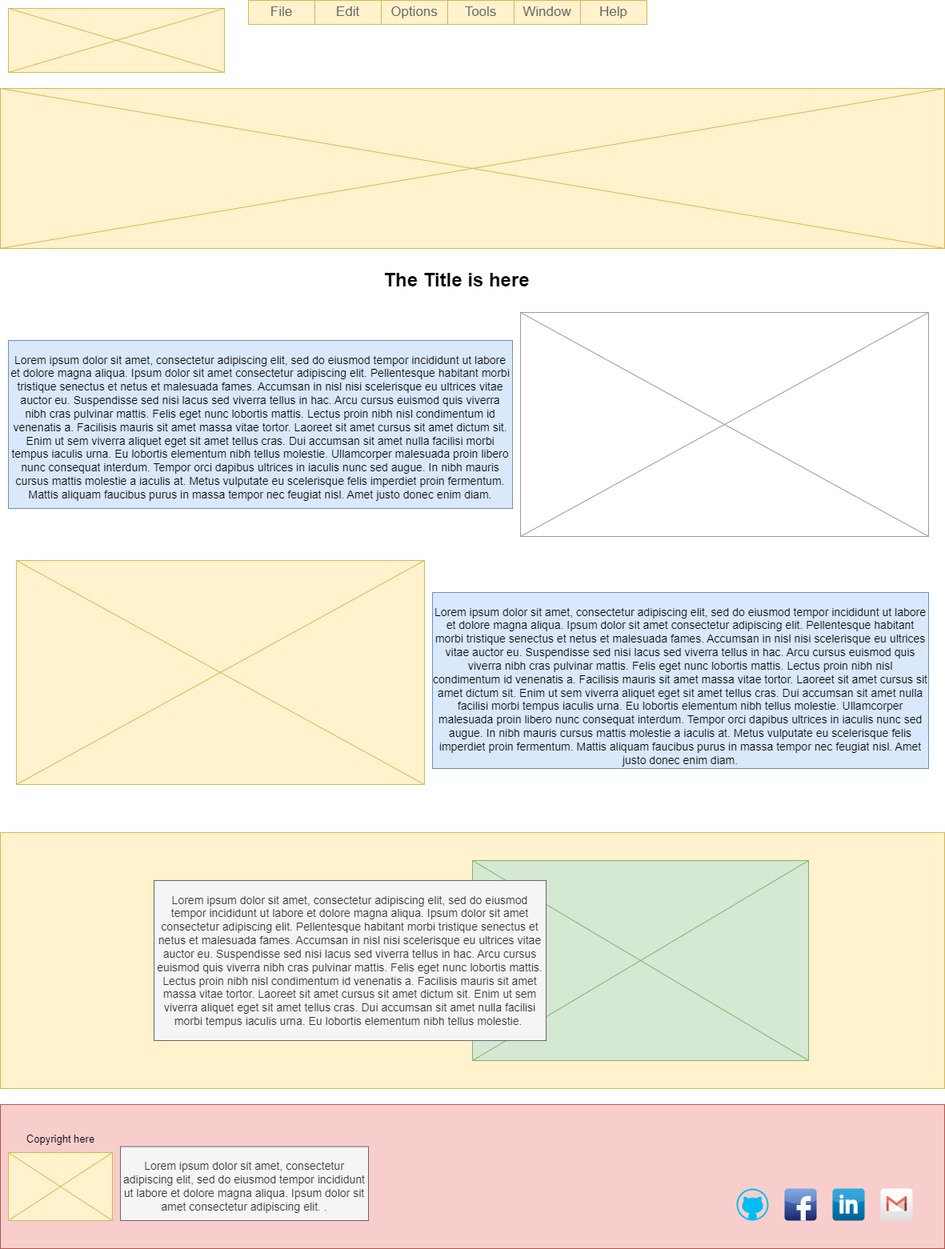
Before: wwr/images/wireframe_page2.png, a diagram exported from draw.io (loureiroluan/wdd130). Source tidied: cells renumbered, new cells last; positions are measured from the earlier drawing's top-left corner, leaving out a move shared by most shapes.
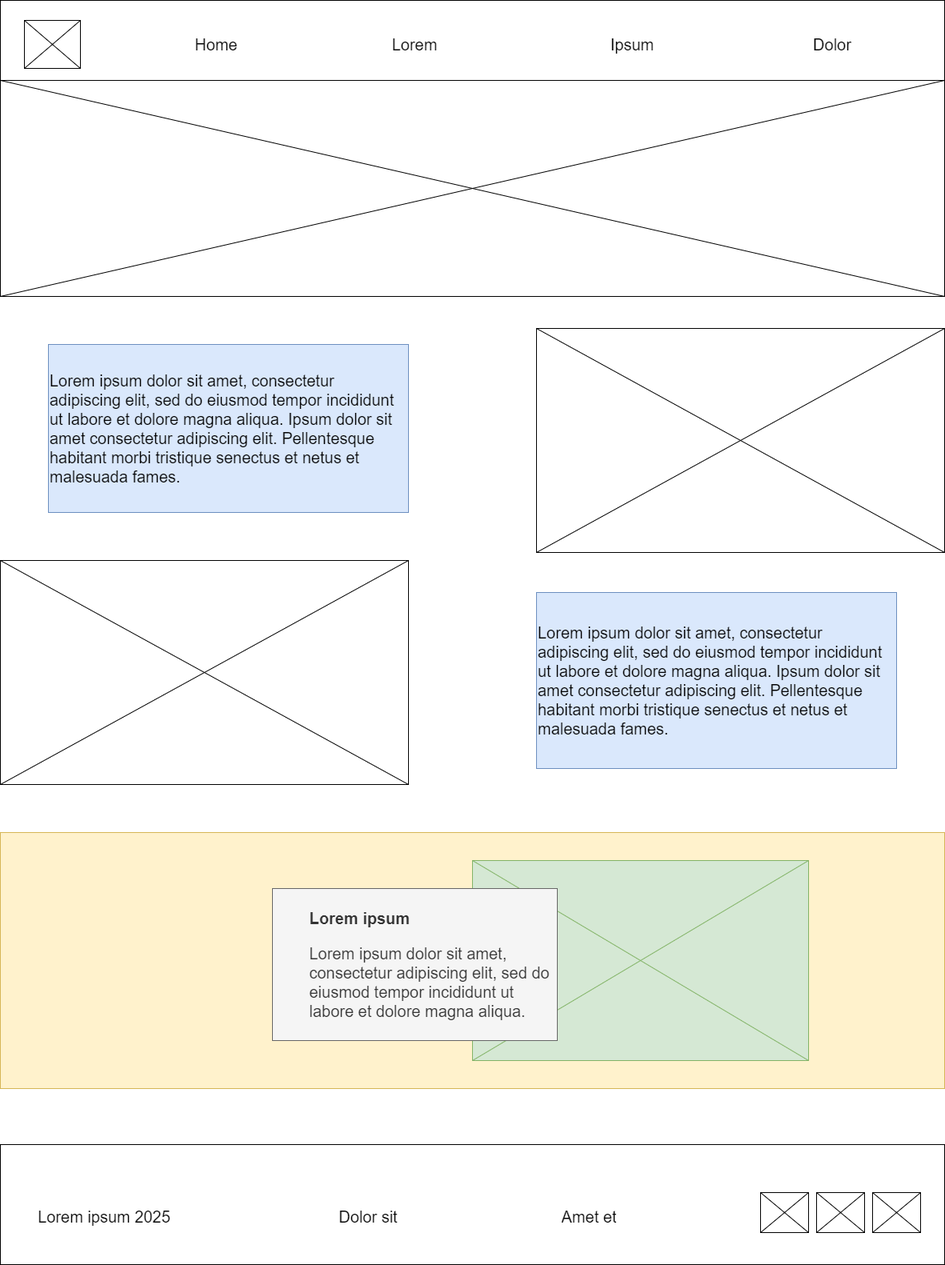
After the change.

Change to the diagram source:
```diff
@@ -2,47 +2,26 @@
   <root>
     <mxCell id="0" />
     <mxCell id="1" parent="0" />
+    <mxCell id="27" style="rounded=0;whiteSpace=wrap;html=1;" parent="1" vertex="1">
+      <mxGeometry width="1180" height="100" as="geometry" />
+    </mxCell>
-    <mxCell id="2" style="verticalLabelPosition=bottom;shadow=0;dashed=0;align=center;html=1;verticalAlign=top;strokeWidth=1;shape=mxgraph.mockup.graphics.simpleIcon;strokeColor=#d6b656;fillColor=#fff2cc;" parent="1" vertex="1">
-      <mxGeometry y="110" width="1180" height="200" as="geometry" />
+    <mxCell id="2" style="verticalLabelPosition=bottom;shadow=0;dashed=0;align=center;html=1;verticalAlign=top;strokeWidth=1;shape=mxgraph.mockup.graphics.simpleIcon;" parent="1" vertex="1">
+      <mxGeometry y="100" width="1180" height="270" as="geometry" />
     </mxCell>
-    <mxCell id="3" style="strokeWidth=1;shadow=0;dashed=0;align=center;html=1;shape=mxgraph.mockup.forms.rrect;rSize=0;strokeColor=#d6b656;fillColor=#fff2cc;" parent="1" vertex="1">
-      <mxGeometry x="310" width="498" height="30" as="geometry" />
-    </mxCell>
-    <mxCell id="4" value="File" style="strokeColor=inherit;fillColor=inherit;gradientColor=inherit;strokeWidth=1;shadow=0;dashed=0;align=center;html=1;shape=mxgraph.mockup.forms.rrect;rSize=0;fontSize=17;fontColor=#666666;whiteSpace=wrap;" parent="3" vertex="1">
-      <mxGeometry width="83" height="30" as="geometry" />
-    </mxCell>
-    <mxCell id="5" value="Edit" style="strokeColor=inherit;fillColor=inherit;gradientColor=inherit;strokeWidth=1;shadow=0;dashed=0;align=center;html=1;shape=mxgraph.mockup.forms.rrect;rSize=0;fontSize=17;fontColor=#666666;whiteSpace=wrap;" parent="3" vertex="1">
-      <mxGeometry x="83" width="83" height="30" as="geometry" />
-    </mxCell>
-    <mxCell id="6" value="Options" style="strokeColor=inherit;fillColor=inherit;gradientColor=inherit;strokeWidth=1;shadow=0;dashed=0;align=center;html=1;shape=mxgraph.mockup.forms.rrect;rSize=0;fontSize=17;fontColor=#666666;whiteSpace=wrap;" parent="3" vertex="1">
-      <mxGeometry x="166" width="83" height="30" as="geometry" />
-    </mxCell>
-    <mxCell id="7" value="Tools" style="strokeColor=inherit;fillColor=inherit;gradientColor=inherit;strokeWidth=1;shadow=0;dashed=0;align=center;html=1;shape=mxgraph.mockup.forms.rrect;rSize=0;fontSize=17;fontColor=#666666;whiteSpace=wrap;" parent="3" vertex="1">
-      <mxGeometry x="249" width="83" height="30" as="geometry" />
-    </mxCell>
-    <mxCell id="8" value="Window" style="strokeColor=inherit;fillColor=inherit;gradientColor=inherit;strokeWidth=1;shadow=0;dashed=0;align=center;html=1;shape=mxgraph.mockup.forms.rrect;rSize=0;fontSize=17;fontColor=#666666;whiteSpace=wrap;" parent="3" vertex="1">
-      <mxGeometry x="332" width="83" height="30" as="geometry" />
-    </mxCell>
-    <mxCell id="9" value="Help" style="strokeColor=inherit;fillColor=inherit;gradientColor=inherit;strokeWidth=1;shadow=0;dashed=0;align=center;html=1;shape=mxgraph.mockup.forms.rrect;rSize=0;fontSize=17;fontColor=#666666;whiteSpace=wrap;" parent="3" vertex="1">
-      <mxGeometry x="415" width="83" height="30" as="geometry" />
-    </mxCell>
-    <mxCell id="10" value="The Title is here" style="text;strokeColor=none;fillColor=none;html=1;fontSize=24;fontStyle=1;verticalAlign=middle;align=center;" parent="1" vertex="1">
-      <mxGeometry x="470" y="310" width="200" height="80" as="geometry" />
-    </mxCell>
-    <object id="11" label="&lt;h3&gt;&lt;span style=&quot;font-weight: normal;&quot;&gt;Lorem ipsum dolor sit amet, consectetur adipiscing elit, sed do eiusmod tempor incididunt ut labore et dolore magna aliqua. Ipsum dolor sit amet consectetur adipiscing elit. Pellentesque habitant morbi tristique senectus et netus et malesuada fames. Accumsan in nisl nisi scelerisque eu ultrices vitae auctor eu. Suspendisse sed nisi lacus sed viverra tellus in hac. Arcu cursus euismod quis viverra nibh cras pulvinar mattis. Felis eget nunc lobortis mattis. Lectus proin nibh nisl condimentum id venenatis a. Facilisis mauris sit amet massa vitae tortor. Laoreet sit amet cursus sit amet dictum sit. Enim ut sem viverra aliquet eget sit amet tellus cras. Dui accumsan sit amet nulla facilisi morbi tempus iaculis urna. Eu lobortis elementum nibh tellus molestie. Ullamcorper malesuada proin libero nunc consequat interdum. Tempor orci dapibus ultrices in iaculis nunc sed augue. In nibh mauris cursus mattis molestie a iaculis at. Metus vulputate eu scelerisque felis imperdiet proin fermentum. Mattis aliquam faucibus purus in massa tempor nec feugiat nisl. Amet justo donec enim diam.&lt;/span&gt;&lt;/h3&gt;" name="Variable" placeholders="1">
-      <mxCell style="text;html=1;strokeColor=#6c8ebf;fillColor=#dae8fc;align=center;verticalAlign=middle;whiteSpace=wrap;overflow=hidden;" parent="1" vertex="1">
-        <mxGeometry x="10" y="425" width="630" height="210" as="geometry" />
+    <object id="11" label="&lt;h3&gt;&lt;span style=&quot;font-weight: normal;&quot;&gt;&lt;font style=&quot;font-size: 20px;&quot;&gt;Lorem ipsum dolor sit amet, consectetur adipiscing elit, sed do eiusmod tempor incididunt ut labore et dolore magna aliqua. Ipsum dolor sit amet consectetur adipiscing elit. Pellentesque habitant morbi tristique senectus et netus et malesuada fames.&lt;/font&gt;&lt;/span&gt;&lt;/h3&gt;" name="Variable" placeholders="1">
+      <mxCell style="text;html=1;strokeColor=#6c8ebf;fillColor=#dae8fc;align=left;verticalAlign=middle;whiteSpace=wrap;overflow=hidden;" parent="1" vertex="1">
+        <mxGeometry x="60" y="430" width="450" height="210" as="geometry" />
       </mxCell>
     </object>
-    <mxCell id="12" style="verticalLabelPosition=bottom;shadow=0;dashed=0;align=center;html=1;verticalAlign=top;strokeWidth=1;shape=mxgraph.mockup.graphics.simpleIcon;strokeColor=#999999;" parent="1" vertex="1">
-      <mxGeometry x="650" y="390" width="510" height="280" as="geometry" />
+    <mxCell id="12" style="verticalLabelPosition=bottom;shadow=0;dashed=0;align=center;html=1;verticalAlign=top;strokeWidth=1;shape=mxgraph.mockup.graphics.simpleIcon;" parent="1" vertex="1">
+      <mxGeometry x="670" y="410" width="510" height="280" as="geometry" />
     </mxCell>
-    <mxCell id="13" style="verticalLabelPosition=bottom;shadow=0;dashed=0;align=center;html=1;verticalAlign=top;strokeWidth=1;shape=mxgraph.mockup.graphics.simpleIcon;strokeColor=#d6b656;fillColor=#fff2cc;" parent="1" vertex="1">
-      <mxGeometry x="20" y="700" width="510" height="280" as="geometry" />
+    <mxCell id="13" style="verticalLabelPosition=bottom;shadow=0;dashed=0;align=center;html=1;verticalAlign=top;strokeWidth=1;shape=mxgraph.mockup.graphics.simpleIcon;" parent="1" vertex="1">
+      <mxGeometry y="700" width="510" height="280" as="geometry" />
     </mxCell>
-    <object id="14" label="&lt;h3&gt;&lt;span style=&quot;font-weight: normal;&quot;&gt;Lorem ipsum dolor sit amet, consectetur adipiscing elit, sed do eiusmod tempor incididunt ut labore et dolore magna aliqua. Ipsum dolor sit amet consectetur adipiscing elit. Pellentesque habitant morbi tristique senectus et netus et malesuada fames. Accumsan in nisl nisi scelerisque eu ultrices vitae auctor eu. Suspendisse sed nisi lacus sed viverra tellus in hac. Arcu cursus euismod quis viverra nibh cras pulvinar mattis. Felis eget nunc lobortis mattis. Lectus proin nibh nisl condimentum id venenatis a. Facilisis mauris sit amet massa vitae tortor. Laoreet sit amet cursus sit amet dictum sit. Enim ut sem viverra aliquet eget sit amet tellus cras. Dui accumsan sit amet nulla facilisi morbi tempus iaculis urna. Eu lobortis elementum nibh tellus molestie. Ullamcorper malesuada proin libero nunc consequat interdum. Tempor orci dapibus ultrices in iaculis nunc sed augue. In nibh mauris cursus mattis molestie a iaculis at. Metus vulputate eu scelerisque felis imperdiet proin fermentum. Mattis aliquam faucibus purus in massa tempor nec feugiat nisl. Amet justo donec enim diam.&lt;/span&gt;&lt;/h3&gt;" name="Variable" placeholders="1">
-      <mxCell style="text;html=1;strokeColor=#6c8ebf;fillColor=#dae8fc;align=center;verticalAlign=middle;whiteSpace=wrap;overflow=hidden;" parent="1" vertex="1">
-        <mxGeometry x="540" y="740" width="620" height="220" as="geometry" />
+    <object id="14" label="&lt;h3&gt;&lt;span style=&quot;font-weight: normal;&quot;&gt;&lt;font style=&quot;font-size: 20px;&quot;&gt;Lorem ipsum dolor sit amet, consectetur adipiscing elit, sed do eiusmod tempor incididunt ut labore et dolore magna aliqua. Ipsum dolor sit amet consectetur adipiscing elit. Pellentesque habitant morbi tristique senectus et netus et malesuada fames.&lt;/font&gt;&lt;/span&gt;&lt;/h3&gt;" name="Variable" placeholders="1">
+      <mxCell style="text;html=1;strokeColor=#6c8ebf;fillColor=#dae8fc;align=left;verticalAlign=middle;whiteSpace=wrap;overflow=hidden;" parent="1" vertex="1">
+        <mxGeometry x="670" y="740" width="450" height="220" as="geometry" />
       </mxCell>
     </object>
     <mxCell id="15" style="rounded=0;whiteSpace=wrap;html=1;fillColor=#fff2cc;strokeColor=#d6b656;" parent="1" vertex="1">
@@ -51,39 +30,60 @@
     <mxCell id="16" style="verticalLabelPosition=bottom;shadow=0;dashed=0;align=center;html=1;verticalAlign=top;strokeWidth=1;shape=mxgraph.mockup.graphics.simpleIcon;strokeColor=#82b366;fillColor=#d5e8d4;" parent="1" vertex="1">
       <mxGeometry x="590" y="1075" width="420" height="250" as="geometry" />
     </mxCell>
-    <object id="17" label="&lt;h3&gt;&lt;span style=&quot;font-weight: normal;&quot;&gt;Lorem ipsum dolor sit amet, consectetur adipiscing elit, sed do eiusmod tempor incididunt ut labore et dolore magna aliqua. Ipsum dolor sit amet consectetur adipiscing elit. Pellentesque habitant morbi tristique senectus et netus et malesuada fames. Accumsan in nisl nisi scelerisque eu ultrices vitae auctor eu. Suspendisse sed nisi lacus sed viverra tellus in hac. Arcu cursus euismod quis viverra nibh cras pulvinar mattis. Felis eget nunc lobortis mattis. Lectus proin nibh nisl condimentum id venenatis a. Facilisis mauris sit amet massa vitae tortor. Laoreet sit amet cursus sit amet dictum sit. Enim ut sem viverra aliquet eget sit amet tellus cras. Dui accumsan sit amet nulla facilisi morbi tempus iaculis urna. Eu lobortis elementum nibh tellus molestie.&amp;nbsp;&lt;/span&gt;&lt;/h3&gt;" name="Variable" placeholders="1">
-      <mxCell style="text;html=1;align=center;verticalAlign=middle;whiteSpace=wrap;overflow=hidden;fillColor=#f5f5f5;fontColor=#333333;strokeColor=#666666;" parent="1" vertex="1">
-        <mxGeometry x="192" y="1100" width="490" height="200" as="geometry" />
+    <object id="17" label="&lt;h3 style=&quot;border-color: var(--border-color); font-size: 20px;&quot;&gt;&lt;font style=&quot;font-size: 20px;&quot;&gt;&lt;span style=&quot;white-space: pre;&quot;&gt;&#9;&lt;/span&gt;Lorem ipsum&lt;/font&gt;&lt;/h3&gt;&lt;h3 style=&quot;font-size: 20px;&quot;&gt;&lt;span style=&quot;font-weight: normal;&quot;&gt;&lt;span style=&quot;white-space: pre;&quot;&gt;&#9;&lt;/span&gt;Lorem ipsum dolor sit amet, &lt;span style=&quot;white-space: pre;&quot;&gt;&#9;&lt;/span&gt;consectetur adipiscing elit, sed do &lt;span style=&quot;white-space: pre;&quot;&gt;&#9;&lt;/span&gt;eiusmod tempor incididunt ut &lt;span style=&quot;white-space: pre;&quot;&gt;&#9;&lt;/span&gt;labore et dolore magna aliqua.&amp;nbsp;&lt;/span&gt;&lt;/h3&gt;" name="Variable" placeholders="1">
+      <mxCell style="text;html=1;align=left;verticalAlign=middle;whiteSpace=wrap;overflow=hidden;fillColor=#f5f5f5;fontColor=#333333;strokeColor=#666666;" parent="1" vertex="1">
+        <mxGeometry x="340" y="1110" width="356" height="190" as="geometry" />
       </mxCell>
     </object>
-    <mxCell id="18" style="rounded=0;whiteSpace=wrap;html=1;fillColor=#f8cecc;strokeColor=#b85450;" parent="1" vertex="1">
-      <mxGeometry y="1380" width="1180" height="180" as="geometry" />
+    <mxCell id="18" style="rounded=0;whiteSpace=wrap;html=1;" parent="1" vertex="1">
+      <mxGeometry y="1430" width="1180" height="150" as="geometry" />
     </mxCell>
-    <mxCell id="19" style="dashed=0;html=1;align=center;labelPosition=center;verticalLabelPosition=bottom;verticalAlign=top;shape=mxgraph.webicons.linkedin;fillColor=#0095DB;gradientColor=#006391;" parent="1" vertex="1">
-      <mxGeometry x="1040" y="1485" width="40" height="40" as="geometry" />
-    </mxCell>
-    <mxCell id="20" style="dashed=0;html=1;align=center;labelPosition=center;verticalLabelPosition=bottom;verticalAlign=top;shape=mxgraph.webicons.facebook;fillColor=#6294E4;gradientColor=#1A2665;" parent="1" vertex="1">
-      <mxGeometry x="980" y="1485" width="40" height="40" as="geometry" />
-    </mxCell>
-    <mxCell id="21" style="dashed=0;html=1;align=center;labelPosition=center;verticalLabelPosition=bottom;verticalAlign=top;shape=mxgraph.webicons.gmail;gradientColor=#DFDEDE;" parent="1" vertex="1">
-      <mxGeometry x="1100" y="1485" width="40" height="40" as="geometry" />
-    </mxCell>
-    <mxCell id="22" style="verticalLabelPosition=bottom;shadow=0;dashed=0;align=center;html=1;verticalAlign=top;strokeWidth=1;shape=mxgraph.mockup.graphics.simpleIcon;strokeColor=#d6b656;fillColor=#fff2cc;" parent="1" vertex="1">
-      <mxGeometry x="10" y="1440" width="130" height="85" as="geometry" />
-    </mxCell>
-    <mxCell id="23" style="verticalLabelPosition=bottom;shadow=0;dashed=0;align=center;html=1;verticalAlign=top;strokeWidth=1;shape=mxgraph.mockup.graphics.simpleIcon;strokeColor=#d6b656;fillColor=#fff2cc;" parent="1" vertex="1">
-      <mxGeometry x="10" y="10" width="270" height="80" as="geometry" />
+    <mxCell id="23" style="verticalLabelPosition=bottom;shadow=0;dashed=0;align=center;html=1;verticalAlign=top;strokeWidth=1;shape=mxgraph.mockup.graphics.simpleIcon;" parent="1" vertex="1">
+      <mxGeometry x="30" y="25" width="70" height="60" as="geometry" />
     </mxCell>
-    <mxCell id="24" value="&lt;span style=&quot;font-weight: normal;&quot;&gt;&lt;font style=&quot;font-size: 13px;&quot;&gt;Copyright here&lt;/font&gt;&lt;/span&gt;" style="text;strokeColor=none;fillColor=none;html=1;fontSize=24;fontStyle=1;verticalAlign=middle;align=center;" parent="1" vertex="1">
-      <mxGeometry x="37.5" y="1400" width="75" height="40" as="geometry" />
-    </mxCell>
-    <mxCell id="25" style="verticalLabelPosition=bottom;html=1;verticalAlign=top;align=center;strokeColor=none;fillColor=#00BEF2;shape=mxgraph.azure.github_code;" parent="1" vertex="1">
-      <mxGeometry x="920" y="1485" width="40" height="40" as="geometry" />
-    </mxCell>
-    <object id="26" label="&lt;h3&gt;&lt;span style=&quot;font-weight: normal;&quot;&gt;Lorem ipsum dolor sit amet, consectetur adipiscing elit, sed do eiusmod tempor incididunt ut labore et dolore magna aliqua. Ipsum dolor sit amet consectetur adipiscing elit. .&lt;/span&gt;&lt;/h3&gt;" name="Variable" placeholders="1">
-      <mxCell style="text;html=1;align=center;verticalAlign=middle;whiteSpace=wrap;overflow=hidden;fillColor=#f5f5f5;fontColor=#333333;strokeColor=#666666;" parent="1" vertex="1">
-        <mxGeometry x="150" y="1432.5" width="310" height="92.5" as="geometry" />
-      </mxCell>
-    </object>
+    <object id="28" label="&lt;font style=&quot;font-size: 20px;&quot;&gt;Lorem ipsum 2025&lt;/font&gt;" name="Variable" placeholders="1">
+      <mxCell style="text;html=1;strokeColor=none;fillColor=none;align=center;verticalAlign=middle;whiteSpace=wrap;overflow=hidden;" parent="1" vertex="1">
+        <mxGeometry x="40" y="1500" width="180" height="40" as="geometry" />
+      </mxCell>
+    </object>
+    <object id="29" label="&lt;font style=&quot;font-size: 20px;&quot;&gt;Dolor sit&lt;/font&gt;" name="Variable" placeholders="1">
+      <mxCell style="text;html=1;strokeColor=none;fillColor=none;align=center;verticalAlign=middle;whiteSpace=wrap;overflow=hidden;" parent="1" vertex="1">
+        <mxGeometry x="420" y="1505" width="80" height="30" as="geometry" />
+      </mxCell>
+    </object>
+    <object id="30" label="&lt;font style=&quot;font-size: 20px;&quot;&gt;Amet et&lt;/font&gt;" name="Variable" placeholders="1">
+      <mxCell style="text;html=1;strokeColor=none;fillColor=none;align=center;verticalAlign=middle;whiteSpace=wrap;overflow=hidden;" parent="1" vertex="1">
+        <mxGeometry x="696" y="1505" width="80" height="30" as="geometry" />
+      </mxCell>
+    </object>
+    <mxCell id="31" style="verticalLabelPosition=bottom;shadow=0;dashed=0;align=center;html=1;verticalAlign=top;strokeWidth=1;shape=mxgraph.mockup.graphics.simpleIcon;" parent="1" vertex="1">
+      <mxGeometry x="950" y="1490" width="60" height="50" as="geometry" />
+    </mxCell>
+    <mxCell id="32" style="verticalLabelPosition=bottom;shadow=0;dashed=0;align=center;html=1;verticalAlign=top;strokeWidth=1;shape=mxgraph.mockup.graphics.simpleIcon;" parent="1" vertex="1">
+      <mxGeometry x="1020" y="1490" width="60" height="50" as="geometry" />
+    </mxCell>
+    <mxCell id="33" style="verticalLabelPosition=bottom;shadow=0;dashed=0;align=center;html=1;verticalAlign=top;strokeWidth=1;shape=mxgraph.mockup.graphics.simpleIcon;" parent="1" vertex="1">
+      <mxGeometry x="1090" y="1490" width="60" height="50" as="geometry" />
+    </mxCell>
+    <object id="34" label="&lt;font style=&quot;font-size: 20px;&quot;&gt;Home&lt;/font&gt;" name="Variable" placeholders="1">
+      <mxCell style="text;html=1;strokeColor=none;fillColor=none;align=center;verticalAlign=middle;whiteSpace=wrap;overflow=hidden;" parent="1" vertex="1">
+        <mxGeometry x="180" y="35" width="180" height="40" as="geometry" />
+      </mxCell>
+    </object>
+    <object id="35" label="&lt;font style=&quot;font-size: 20px;&quot;&gt;Lorem&lt;/font&gt;" name="Variable" placeholders="1">
+      <mxCell style="text;html=1;strokeColor=none;fillColor=none;align=center;verticalAlign=middle;whiteSpace=wrap;overflow=hidden;" parent="1" vertex="1">
+        <mxGeometry x="428" y="35" width="180" height="40" as="geometry" />
+      </mxCell>
+    </object>
+    <object id="36" label="&lt;font style=&quot;font-size: 20px;&quot;&gt;Ipsum&lt;/font&gt;" name="Variable" placeholders="1">
+      <mxCell style="text;html=1;strokeColor=none;fillColor=none;align=center;verticalAlign=middle;whiteSpace=wrap;overflow=hidden;" parent="1" vertex="1">
+        <mxGeometry x="700" y="35" width="180" height="40" as="geometry" />
+      </mxCell>
+    </object>
+    <object id="37" label="&lt;font style=&quot;font-size: 20px;&quot;&gt;Dolor&lt;/font&gt;" name="Variable" placeholders="1">
+      <mxCell style="text;html=1;strokeColor=none;fillColor=none;align=center;verticalAlign=middle;whiteSpace=wrap;overflow=hidden;" parent="1" vertex="1">
+        <mxGeometry x="950" y="35" width="180" height="40" as="geometry" />
+      </mxCell>
+    </object>
   </root>
 </mxGraphModel>
```
